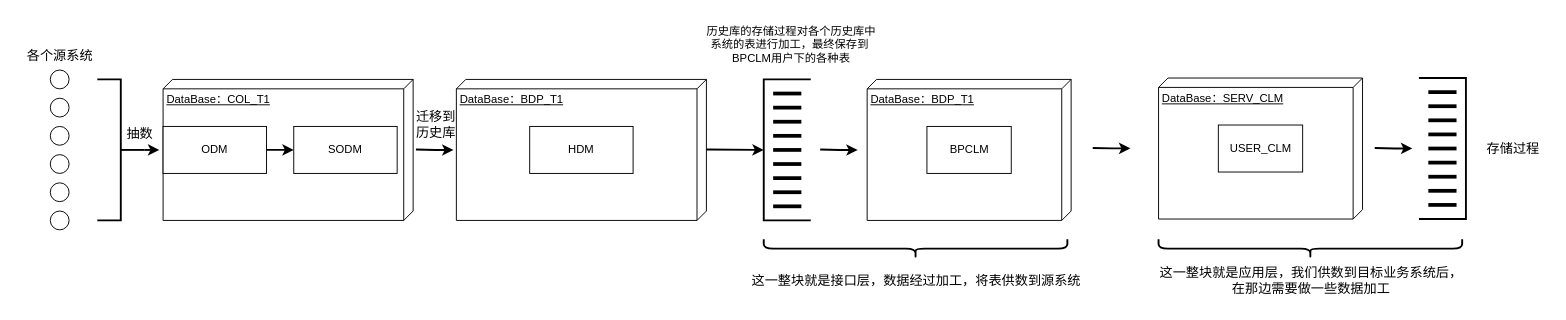
Earlier version of the draw.io diagram 未命名绘图1.drawio (Xu-ShengJie/iodraw-files). Source tidied: cells renumbered, new cells numbered last; positions are measured from the earlier drawing's top-left corner, leaving out a move shared by most shapes. Both pictures are drawn from the tidied source at 94%, with x=0, y=0 at pixel (17, 16).
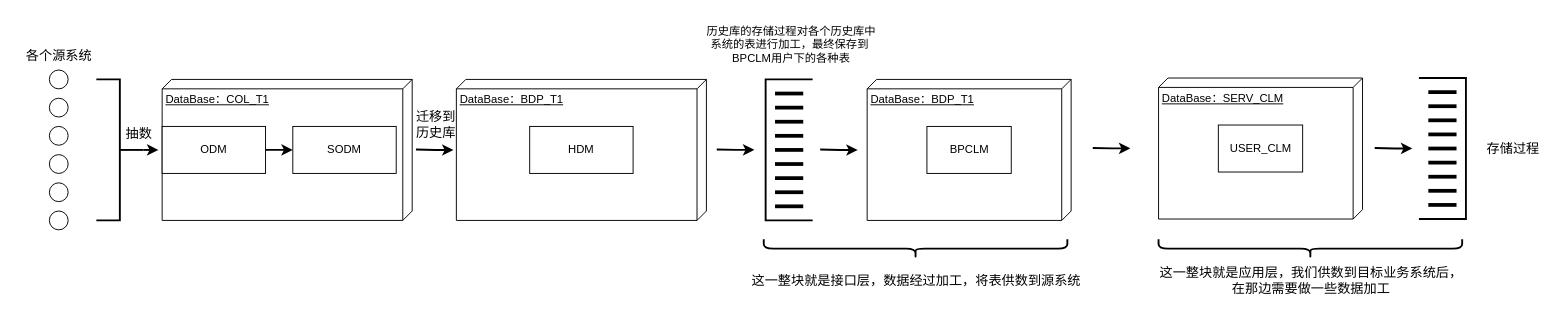
After the change.

Commit message:
更新未命名绘图1.drawio

Unchanged cells that the change refers to:
```xml
<mxCell id="13" style="group;" parent="1" vertex="1">
  <mxGeometry x="85" y="67" width="648" height="150" as="geometry" />
</mxCell>
<mxCell id="29" style="strokeWidth=2;html=1;shape=mxgraph.flowchart.annotation_1;align=left;" parent="28" vertex="1">
  <mxGeometry width="50" height="150" as="geometry" />
</mxCell>
```

Change to the diagram source:
```diff
@@
     <mxCell id="5" style="ellipse;whiteSpace=wrap;html=1;" parent="1" vertex="1">
-      <mxGeometry x="35" y="147" width="20" height="20" as="geometry" />
+      <mxGeometry x="34" y="147" width="20" height="20" as="geometry" />
     </mxCell>
     <mxCell id="6" style="ellipse;whiteSpace=wrap;html=1;" parent="1" vertex="1">
-      <mxGeometry x="35" y="57" width="20" height="20" as="geometry" />
+      <mxGeometry x="34" y="57" width="20" height="20" as="geometry" />
     </mxCell>
     <mxCell id="7" style="ellipse;whiteSpace=wrap;html=1;" parent="1" vertex="1">
-      <mxGeometry x="35" y="117" width="20" height="20" as="geometry" />
+      <mxGeometry x="34" y="117" width="20" height="20" as="geometry" />
     </mxCell>
     <mxCell id="8" style="ellipse;whiteSpace=wrap;html=1;" parent="1" vertex="1">
-      <mxGeometry x="35" y="87" width="20" height="20" as="geometry" />
+      <mxGeometry x="34" y="87" width="20" height="20" as="geometry" />
     </mxCell>
     <mxCell id="9" style="ellipse;whiteSpace=wrap;html=1;" parent="1" vertex="1">
-      <mxGeometry x="35" y="177" width="20" height="20" as="geometry" />
+      <mxGeometry x="34" y="177" width="20" height="20" as="geometry" />
     </mxCell>
     <mxCell id="10" style="ellipse;whiteSpace=wrap;html=1;" parent="1" vertex="1">
-      <mxGeometry x="35" y="207" width="20" height="20" as="geometry" />
+      <mxGeometry x="34" y="207" width="20" height="20" as="geometry" />
     </mxCell>
     <mxCell id="11" style="edgeStyle=orthogonalEdgeStyle;rounded=0;jettySize=auto;html=1;exitX=0;exitY=0.5;exitDx=0;exitDy=0;exitPerimeter=0;strokeWidth=2;" parent="1" edge="1" source="14">
       <mxGeometry relative="1" as="geometry">
-        <mxPoint x="151" y="141.7" as="targetPoint" />
+        <mxPoint x="150" y="141.7" as="targetPoint" />
       </mxGeometry>
     </mxCell>
     <mxCell id="12" value="&lt;font style=&quot;font-size: 14px;&quot;&gt;各个源系统&lt;/font&gt;" style="text;html=1;align=center;verticalAlign=middle;strokeColor=none;fillColor=none;" parent="1" vertex="1">
-      <mxGeometry y="27" width="90" height="30" as="geometry" />
+      <mxGeometry x="-1" y="27" width="90" height="30" as="geometry" />
     </mxCell>
@@
     <mxCell id="14" style="strokeWidth=2;html=1;shape=mxgraph.flowchart.annotation_2;align=left;labelPosition=right;rotation=-180;" parent="13" vertex="1">
-      <mxGeometry width="50" height="150" as="geometry" />
+      <mxGeometry x="-1" width="50" height="150" as="geometry" />
     </mxCell>
@@
     <mxCell id="19" style="group;" parent="13" vertex="1">
-      <mxGeometry x="70" width="266" height="150" as="geometry" />
+      <mxGeometry x="69" width="266" height="150" as="geometry" />
     </mxCell>
@@
     <mxCell id="24" value="&lt;font style=&quot;font-size: 14px;&quot;&gt;抽数&lt;/font&gt;" style="text;html=1;align=center;verticalAlign=middle;strokeColor=none;fillColor=none;" parent="13" vertex="1">
-      <mxGeometry x="20" y="43" width="50" height="30" as="geometry" />
+      <mxGeometry x="19" y="43" width="50" height="30" as="geometry" />
     </mxCell>
@@
-    <mxCell id="27" style="edgeStyle=orthogonalEdgeStyle;rounded=0;jettySize=auto;html=1;exitX=0;exitY=0.5;exitDx=0;exitDy=0;exitPerimeter=0;strokeWidth=2;entryX=0;entryY=0.5;entryDx=0;entryDy=0;entryPerimeter=0;" parent="1" edge="1" target="29">
-      <mxGeometry relative="1" as="geometry">
-        <mxPoint x="733" y="141.5" as="sourcePoint" />
-      </mxGeometry>
-    </mxCell>
     <mxCell id="28" style="group;" parent="1" vertex="1">
-      <mxGeometry x="794" y="67" width="50" height="150" as="geometry" />
+      <mxGeometry x="796" y="67" width="50" height="150" as="geometry" />
     </mxCell>
@@
+    <mxCell id="61" style="edgeStyle=orthogonalEdgeStyle;rounded=0;orthogonalLoop=1;jettySize=auto;html=1;exitX=0;exitY=0.5;exitDx=0;exitDy=0;exitPerimeter=0;strokeWidth=2;" parent="1" edge="1">
+      <mxGeometry relative="1" as="geometry">
+        <mxPoint x="744" y="141.5" as="sourcePoint" />
+        <mxPoint x="784" y="141.9" as="targetPoint" />
+      </mxGeometry>
+    </mxCell>
```
